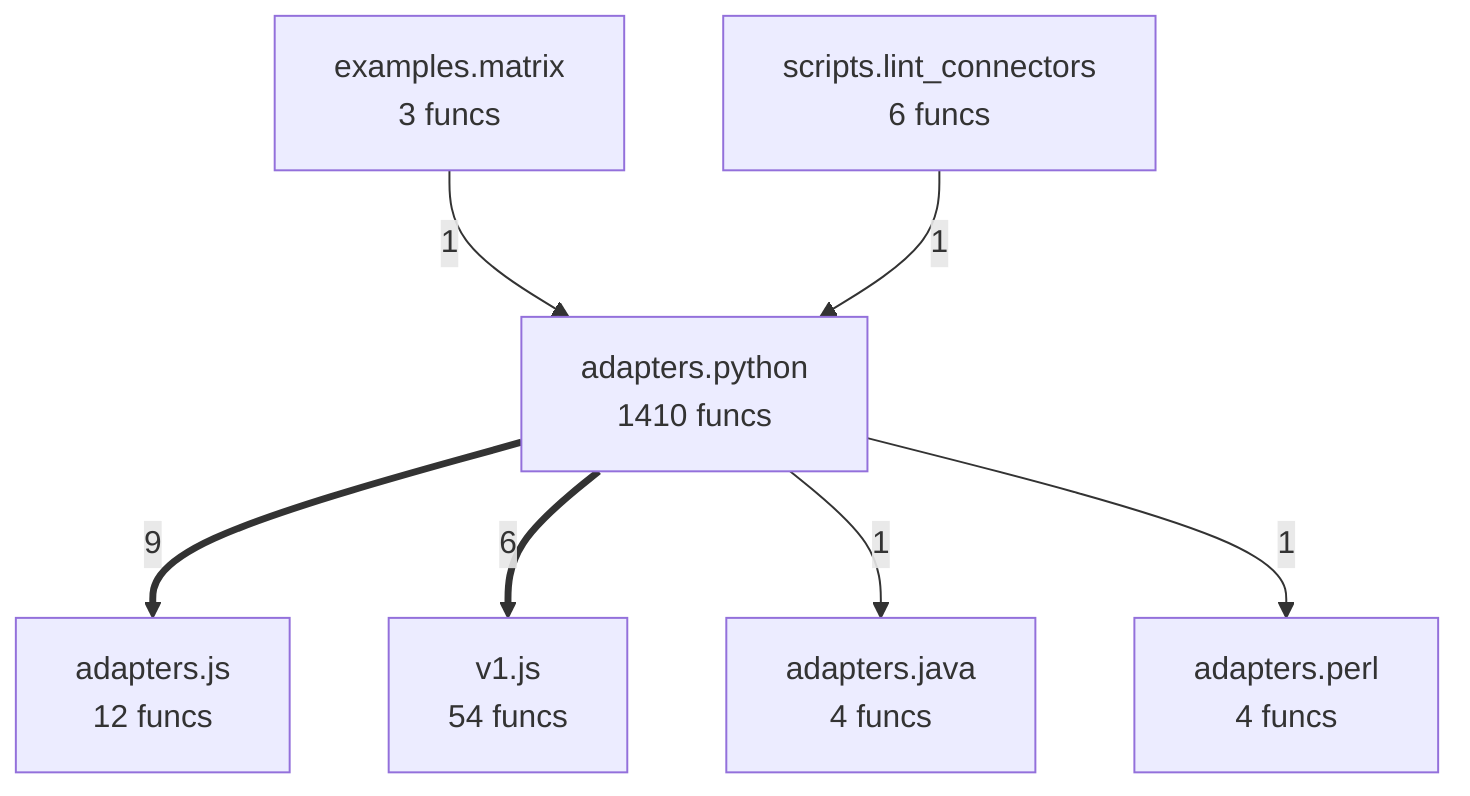
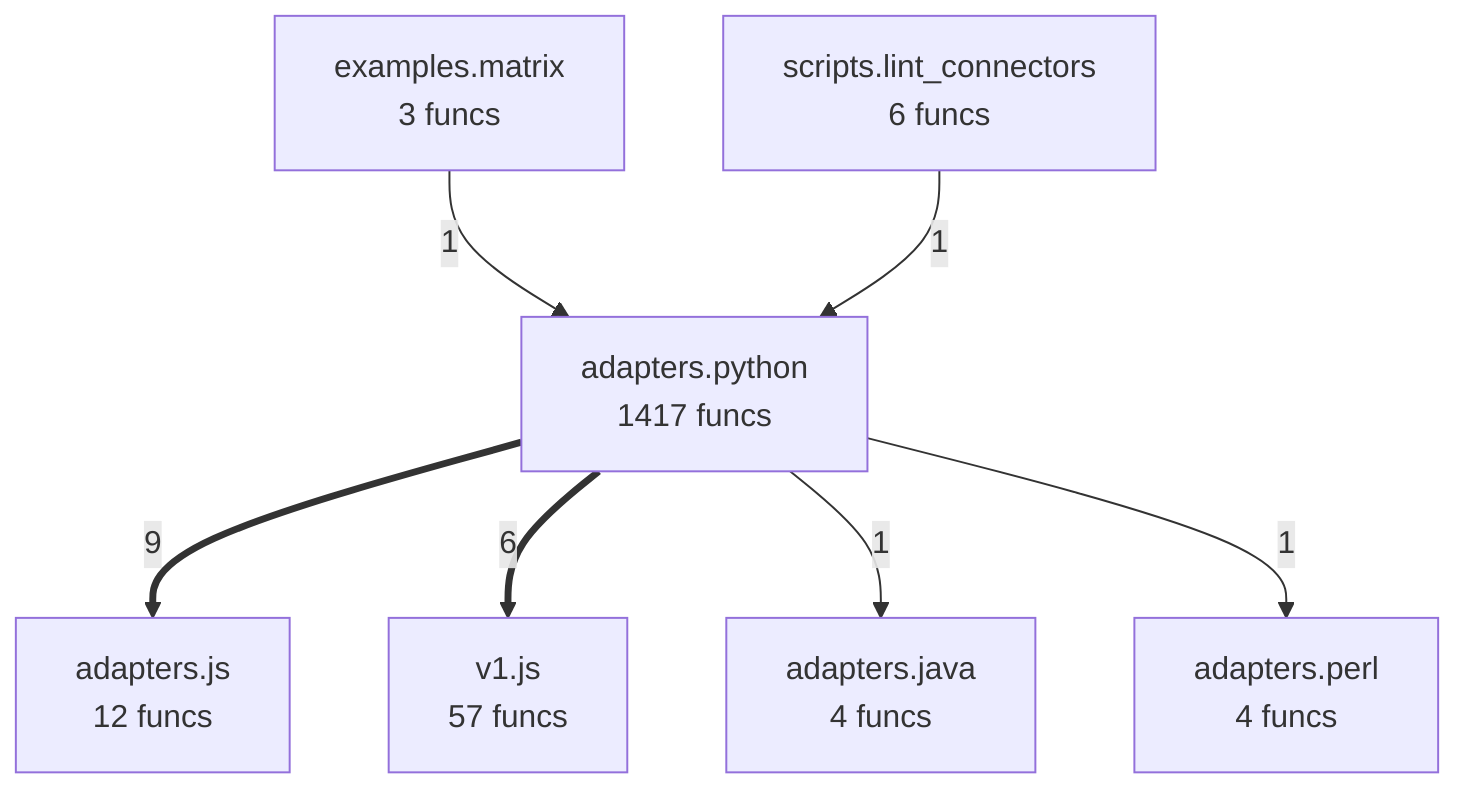
flowchart TD
- %% generated in 0.03s
+ %% generated in 0.06s
    adapters__java["adapters.java<br/>4 funcs"]
    adapters__js["adapters.js<br/>12 funcs"]
    adapters__perl["adapters.perl<br/>4 funcs"]
-     adapters__python["adapters.python<br/>1410 funcs"]
+     adapters__python["adapters.python<br/>1417 funcs"]
    examples__matrix["examples.matrix<br/>3 funcs"]
    scripts__lint_connectors["scripts.lint_connectors<br/>6 funcs"]
-     v1__js["v1.js<br/>54 funcs"]
+     v1__js["v1.js<br/>57 funcs"]
    adapters__python ==>|9| adapters__js
    adapters__python ==>|6| v1__js
    examples__matrix -->|1| adapters__python
    scripts__lint_connectors -->|1| adapters__python
    adapters__python -->|1| adapters__java
    adapters__python -->|1| adapters__perl
